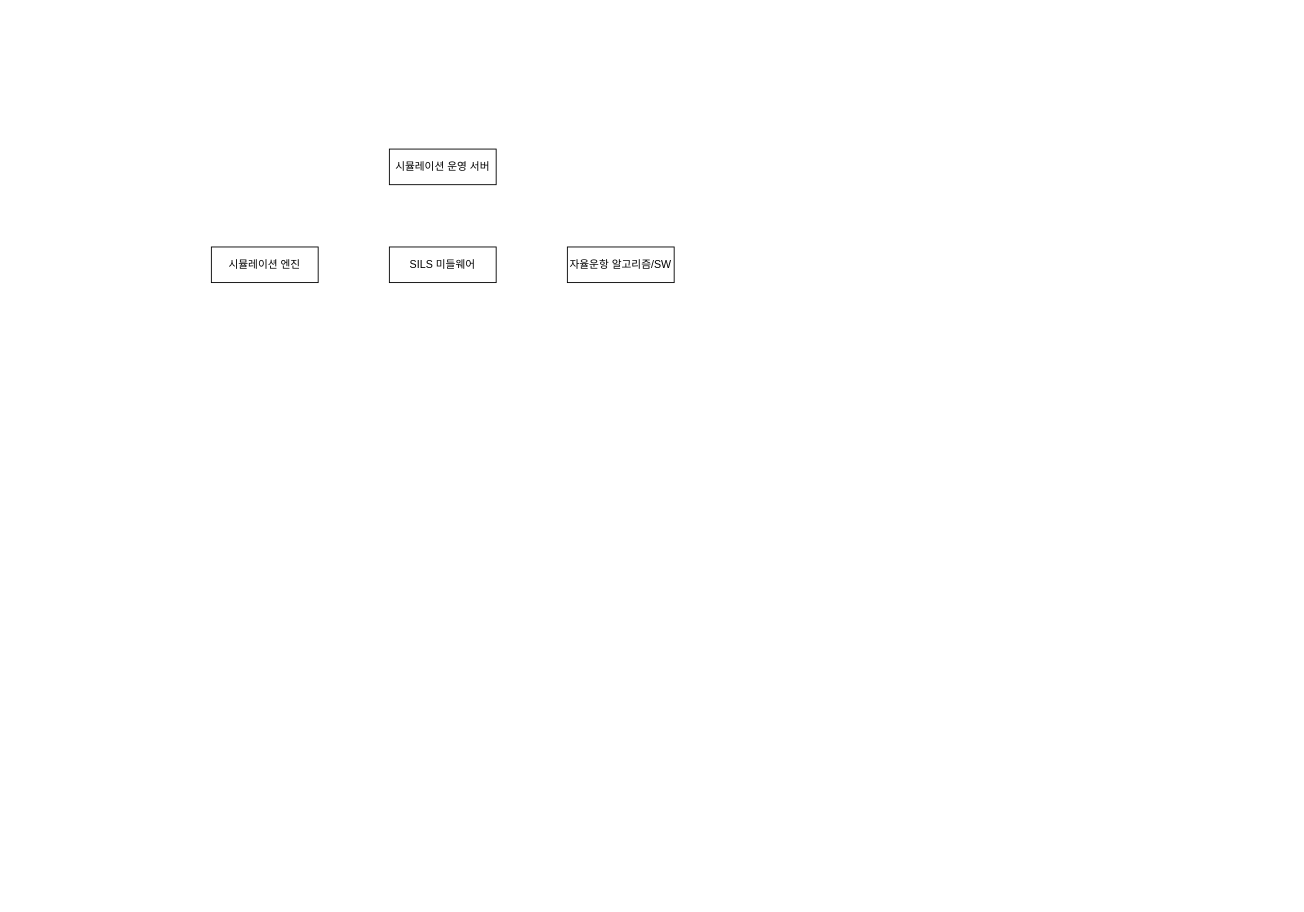
Before: Unist과제.drawio in CCajungg/ISO-project, a draw.io diagram. Source tidied: cells renumbered, new cells numbered last; positions are measured from the earlier drawing's top-left corner, leaving out a move shared by most shapes. Both pictures are drawn from the tidied source at 89%, with x=0, y=0 at pixel (211, 149).
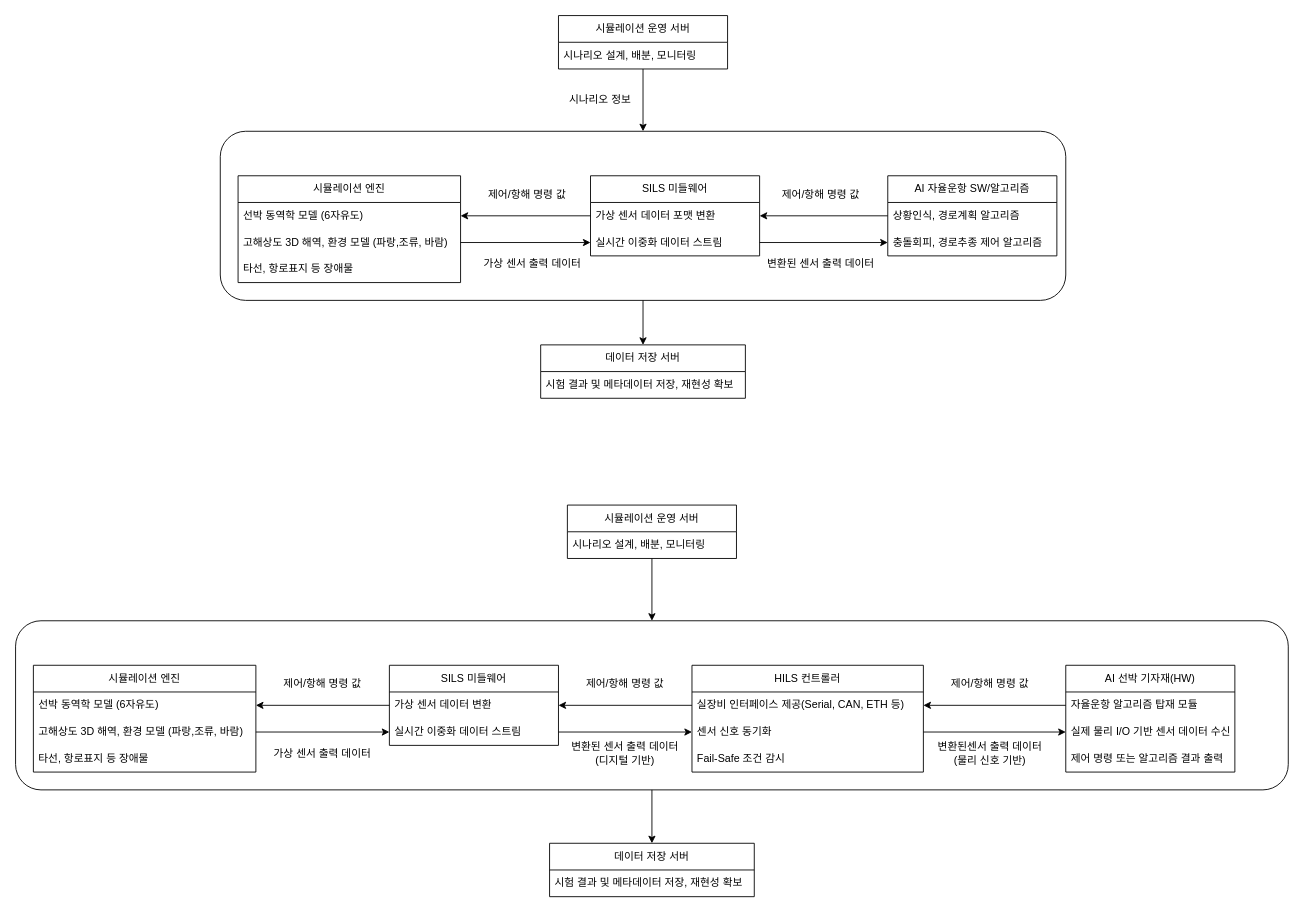
The same page after the edit.

Commit message (it also covers changes not shown here):
Unist과제.drawio 업데이트

The edit, as a diff of the source:
```diff
@@
-    <mxCell id="2" value="시뮬레이션 운영 서버" style="rounded=0;whiteSpace=wrap;html=1;fillColor=none;" parent="1" vertex="1">
-      <mxGeometry x="200" width="120" height="40" as="geometry" />
-    </mxCell>
-    <mxCell id="3" value="시뮬레이션 엔진" style="rounded=0;whiteSpace=wrap;html=1;fillColor=none;" parent="1" vertex="1">
-      <mxGeometry y="110" width="120" height="40" as="geometry" />
-    </mxCell>
-    <mxCell id="4" value="SILS 미들웨어" style="rounded=0;whiteSpace=wrap;html=1;fillColor=none;" parent="1" vertex="1">
-      <mxGeometry x="200" y="110" width="120" height="40" as="geometry" />
-    </mxCell>
-    <mxCell id="5" value="자율운항 알고리즘/SW" style="rounded=0;whiteSpace=wrap;html=1;fillColor=none;" parent="1" vertex="1">
-      <mxGeometry x="400" y="110" width="120" height="40" as="geometry" />
-    </mxCell>
+    <mxCell id="6" style="rounded=1;whiteSpace=wrap;html=1;fillColor=none;" parent="1" vertex="1">
+      <mxGeometry x="10" y="-20" width="950" height="190" as="geometry" />
+    </mxCell>
+    <mxCell id="7" style="rounded=1;whiteSpace=wrap;html=1;fillColor=none;" parent="1" vertex="1">
+      <mxGeometry x="-220" y="530" width="1430" height="190" as="geometry" />
+    </mxCell>
+    <mxCell id="8" value="시뮬레이션 엔진" style="swimlane;fontStyle=0;horizontal=1;startSize=30;whiteSpace=wrap;html=1;" parent="1" vertex="1">
+      <mxGeometry x="30" y="30" width="250" height="120" as="geometry" />
+    </mxCell>
+    <mxCell id="9" value="선박 동역학 모델 (6자유도)" style="text;strokeColor=none;fillColor=none;align=left;verticalAlign=middle;spacingLeft=4;spacingRight=4;overflow=hidden;points=[[0,0.5],[1,0.5]];portConstraint=eastwest;whiteSpace=wrap;html=1;" parent="8" vertex="1">
+      <mxGeometry y="30" width="250" height="30" as="geometry" />
+    </mxCell>
+    <mxCell id="10" value="고해상도 3D 해역, 환경 모델 (파랑,조류, 바람)" style="text;strokeColor=none;fillColor=none;align=left;verticalAlign=middle;spacingLeft=4;spacingRight=4;overflow=hidden;points=[[0,0.5],[1,0.5]];portConstraint=eastwest;whiteSpace=wrap;html=1;" parent="8" vertex="1">
+      <mxGeometry y="60" width="250" height="30" as="geometry" />
+    </mxCell>
+    <mxCell id="11" value="타선, 항로표지 등 장애물&amp;nbsp;" style="text;strokeColor=none;fillColor=none;align=left;verticalAlign=middle;spacingLeft=4;spacingRight=4;overflow=hidden;whiteSpace=wrap;html=1;" parent="8" vertex="1">
+      <mxGeometry y="90" width="250" height="30" as="geometry" />
+    </mxCell>
+    <mxCell id="12" style="edgeStyle=orthogonalEdgeStyle;rounded=0;jettySize=auto;html=1;entryX=0.5;entryY=0;entryDx=0;entryDy=0;exitX=0.5;exitY=1;exitDx=0;exitDy=0;" parent="1" edge="1" source="6" target="22">
+      <mxGeometry relative="1" as="geometry" />
+    </mxCell>
+    <mxCell id="13" value="SILS 미들웨어" style="swimlane;fontStyle=0;horizontal=1;startSize=30;whiteSpace=wrap;html=1;" parent="1" vertex="1">
+      <mxGeometry x="426" y="30" width="190" height="90" as="geometry" />
+    </mxCell>
+    <mxCell id="14" value="가상 센서 데이터 포맷 변환" style="text;strokeColor=none;fillColor=none;align=left;verticalAlign=middle;spacingLeft=4;spacingRight=4;overflow=hidden;points=[[0,0.5],[1,0.5]];portConstraint=eastwest;whiteSpace=wrap;html=1;" parent="13" vertex="1">
+      <mxGeometry y="30" width="190" height="30" as="geometry" />
+    </mxCell>
+    <mxCell id="15" value="실시간 이중화 데이터 스트림" style="text;strokeColor=none;fillColor=none;align=left;verticalAlign=middle;spacingLeft=4;spacingRight=4;overflow=hidden;points=[[0,0.5],[1,0.5]];portConstraint=eastwest;whiteSpace=wrap;html=1;" parent="13" vertex="1">
+      <mxGeometry y="60" width="190" height="30" as="geometry" />
+    </mxCell>
+    <mxCell id="16" value="AI 자율운항 SW/알고리즘" style="swimlane;fontStyle=0;horizontal=1;startSize=30;whiteSpace=wrap;html=1;" parent="1" vertex="1">
+      <mxGeometry x="760" y="30" width="190" height="90" as="geometry" />
+    </mxCell>
+    <mxCell id="17" value="상황인식, 경로계획 알고리즘" style="text;strokeColor=none;fillColor=none;align=left;verticalAlign=middle;spacingLeft=4;spacingRight=4;overflow=hidden;points=[[0,0.5],[1,0.5]];portConstraint=eastwest;whiteSpace=wrap;html=1;" parent="16" vertex="1">
+      <mxGeometry y="30" width="190" height="30" as="geometry" />
+    </mxCell>
+    <mxCell id="18" value="충돌회피, 경로추종 제어 알고리즘" style="text;strokeColor=none;fillColor=none;align=left;verticalAlign=middle;spacingLeft=4;spacingRight=4;overflow=hidden;points=[[0,0.5],[1,0.5]];portConstraint=eastwest;whiteSpace=wrap;html=1;" parent="16" vertex="1">
+      <mxGeometry y="60" width="190" height="30" as="geometry" />
+    </mxCell>
+    <mxCell id="19" style="edgeStyle=orthogonalEdgeStyle;rounded=0;jettySize=auto;html=1;" parent="1" edge="1" source="20" target="6">
+      <mxGeometry relative="1" as="geometry" />
+    </mxCell>
+    <mxCell id="20" value="시뮬레이션 운영 서버" style="swimlane;fontStyle=0;horizontal=1;startSize=30;whiteSpace=wrap;html=1;" parent="1" vertex="1">
+      <mxGeometry x="390" y="-150" width="190" height="60" as="geometry" />
+    </mxCell>
+    <mxCell id="21" value="시나리오 설계, 배분, 모니터링" style="text;strokeColor=none;fillColor=none;align=left;verticalAlign=middle;spacingLeft=4;spacingRight=4;overflow=hidden;whiteSpace=wrap;html=1;" parent="20" vertex="1">
+      <mxGeometry y="30" width="190" height="30" as="geometry" />
+    </mxCell>
+    <mxCell id="22" value="데이터 저장 서버" style="swimlane;fontStyle=0;horizontal=1;startSize=30;whiteSpace=wrap;html=1;" parent="1" vertex="1">
+      <mxGeometry x="370" y="220" width="230" height="60" as="geometry" />
+    </mxCell>
+    <mxCell id="23" value="시험 결과 및 메타데이터 저장, 재현성 확보" style="text;strokeColor=none;fillColor=none;align=left;verticalAlign=middle;spacingLeft=4;spacingRight=4;overflow=hidden;whiteSpace=wrap;html=1;" parent="22" vertex="1">
+      <mxGeometry y="30" width="230" height="30" as="geometry" />
+    </mxCell>
+    <mxCell id="24" style="edgeStyle=orthogonalEdgeStyle;rounded=0;jettySize=auto;html=1;exitX=0;exitY=0.5;exitDx=0;exitDy=0;entryX=1;entryY=0.5;entryDx=0;entryDy=0;startArrow=classic;startFill=1;endArrow=none;endFill=0;" parent="1" edge="1" source="18" target="15">
+      <mxGeometry relative="1" as="geometry" />
+    </mxCell>
+    <mxCell id="25" style="edgeStyle=orthogonalEdgeStyle;rounded=0;jettySize=auto;html=1;exitX=0;exitY=0.5;exitDx=0;exitDy=0;entryX=1;entryY=0.5;entryDx=0;entryDy=0;" parent="1" edge="1" source="14" target="9">
+      <mxGeometry relative="1" as="geometry" />
+    </mxCell>
+    <mxCell id="26" style="edgeStyle=orthogonalEdgeStyle;rounded=0;jettySize=auto;html=1;exitX=0;exitY=0.5;exitDx=0;exitDy=0;entryX=1;entryY=0.5;entryDx=0;entryDy=0;startArrow=classic;startFill=1;endArrow=none;endFill=0;" parent="1" edge="1" source="15" target="10">
+      <mxGeometry relative="1" as="geometry" />
+    </mxCell>
+    <mxCell id="27" style="edgeStyle=orthogonalEdgeStyle;rounded=0;jettySize=auto;html=1;exitX=1;exitY=0.5;exitDx=0;exitDy=0;entryX=0;entryY=0.5;entryDx=0;entryDy=0;startArrow=classic;startFill=1;endArrow=none;endFill=0;" parent="1" edge="1" source="14" target="17">
+      <mxGeometry relative="1" as="geometry" />
+    </mxCell>
+    <mxCell id="28" value="시뮬레이션 엔진" style="swimlane;fontStyle=0;horizontal=1;startSize=30;whiteSpace=wrap;html=1;" parent="1" vertex="1">
+      <mxGeometry x="-200" y="580" width="250" height="120" as="geometry" />
+    </mxCell>
+    <mxCell id="29" value="선박 동역학 모델 (6자유도)" style="text;strokeColor=none;fillColor=none;align=left;verticalAlign=middle;spacingLeft=4;spacingRight=4;overflow=hidden;points=[[0,0.5],[1,0.5]];portConstraint=eastwest;whiteSpace=wrap;html=1;" parent="28" vertex="1">
+      <mxGeometry y="30" width="250" height="30" as="geometry" />
+    </mxCell>
+    <mxCell id="30" value="고해상도 3D 해역, 환경 모델 (파랑,조류, 바람)" style="text;strokeColor=none;fillColor=none;align=left;verticalAlign=middle;spacingLeft=4;spacingRight=4;overflow=hidden;points=[[0,0.5],[1,0.5]];portConstraint=eastwest;whiteSpace=wrap;html=1;" parent="28" vertex="1">
+      <mxGeometry y="60" width="250" height="30" as="geometry" />
+    </mxCell>
+    <mxCell id="31" value="타선, 항로표지 등 장애물&amp;nbsp;" style="text;strokeColor=none;fillColor=none;align=left;verticalAlign=middle;spacingLeft=4;spacingRight=4;overflow=hidden;whiteSpace=wrap;html=1;" parent="28" vertex="1">
+      <mxGeometry y="90" width="250" height="30" as="geometry" />
+    </mxCell>
+    <mxCell id="32" style="edgeStyle=orthogonalEdgeStyle;rounded=0;jettySize=auto;html=1;entryX=0.5;entryY=0;entryDx=0;entryDy=0;exitX=0.5;exitY=1;exitDx=0;exitDy=0;" parent="1" edge="1" source="7" target="44">
+      <mxGeometry relative="1" as="geometry" />
+    </mxCell>
+    <mxCell id="33" value="HILS 컨트롤러" style="swimlane;fontStyle=0;horizontal=1;startSize=30;whiteSpace=wrap;html=1;" parent="1" vertex="1">
+      <mxGeometry x="540" y="580" width="260" height="120" as="geometry" />
+    </mxCell>
+    <mxCell id="34" value="실장비 인터페이스 제공(Serial, CAN, ETH 등)" style="text;strokeColor=none;fillColor=none;align=left;verticalAlign=middle;spacingLeft=4;spacingRight=4;overflow=hidden;points=[[0,0.5],[1,0.5]];portConstraint=eastwest;whiteSpace=wrap;html=1;" parent="33" vertex="1">
+      <mxGeometry y="30" width="260" height="30" as="geometry" />
+    </mxCell>
+    <mxCell id="35" value="센서 신호 동기화" style="text;strokeColor=none;fillColor=none;align=left;verticalAlign=middle;spacingLeft=4;spacingRight=4;overflow=hidden;points=[[0,0.5],[1,0.5]];portConstraint=eastwest;whiteSpace=wrap;html=1;" parent="33" vertex="1">
+      <mxGeometry y="60" width="260" height="30" as="geometry" />
+    </mxCell>
+    <mxCell id="36" value="Fail-Safe 조건 감시" style="text;strokeColor=none;fillColor=none;align=left;verticalAlign=middle;spacingLeft=4;spacingRight=4;overflow=hidden;whiteSpace=wrap;html=1;" parent="33" vertex="1">
+      <mxGeometry y="90" width="260" height="30" as="geometry" />
+    </mxCell>
+    <mxCell id="37" value="AI 선박 기자재(HW)" style="swimlane;fontStyle=0;horizontal=1;startSize=30;whiteSpace=wrap;html=1;" parent="1" vertex="1">
+      <mxGeometry x="960" y="580" width="190" height="120" as="geometry" />
+    </mxCell>
+    <mxCell id="38" value="자율운항 알고리즘 탑재 모듈" style="text;strokeColor=none;fillColor=none;align=left;verticalAlign=middle;spacingLeft=4;spacingRight=4;overflow=hidden;points=[[0,0.5],[1,0.5]];portConstraint=eastwest;whiteSpace=wrap;html=1;" parent="37" vertex="1">
+      <mxGeometry y="30" width="190" height="30" as="geometry" />
+    </mxCell>
+    <mxCell id="39" value="실제 물리 I/O 기반 센서 데이터 수신" style="text;strokeColor=none;fillColor=none;align=left;verticalAlign=middle;spacingLeft=4;spacingRight=4;overflow=hidden;points=[[0,0.5],[1,0.5]];portConstraint=eastwest;whiteSpace=wrap;html=1;" parent="37" vertex="1">
+      <mxGeometry y="60" width="190" height="30" as="geometry" />
+    </mxCell>
+    <mxCell id="40" value="제어 명령 또는 알고리즘 결과 출력" style="text;strokeColor=none;fillColor=none;align=left;verticalAlign=middle;spacingLeft=4;spacingRight=4;overflow=hidden;whiteSpace=wrap;html=1;" parent="37" vertex="1">
+      <mxGeometry y="90" width="190" height="30" as="geometry" />
+    </mxCell>
+    <mxCell id="41" style="edgeStyle=orthogonalEdgeStyle;rounded=0;jettySize=auto;html=1;" parent="1" edge="1" source="42" target="7">
+      <mxGeometry relative="1" as="geometry" />
+    </mxCell>
+    <mxCell id="42" value="시뮬레이션 운영 서버" style="swimlane;fontStyle=0;horizontal=1;startSize=30;whiteSpace=wrap;html=1;" parent="1" vertex="1">
+      <mxGeometry x="400" y="400" width="190" height="60" as="geometry" />
+    </mxCell>
+    <mxCell id="43" value="시나리오 설계, 배분, 모니터링" style="text;strokeColor=none;fillColor=none;align=left;verticalAlign=middle;spacingLeft=4;spacingRight=4;overflow=hidden;whiteSpace=wrap;html=1;" parent="42" vertex="1">
+      <mxGeometry y="30" width="190" height="30" as="geometry" />
+    </mxCell>
+    <mxCell id="44" value="데이터 저장 서버" style="swimlane;fontStyle=0;horizontal=1;startSize=30;whiteSpace=wrap;html=1;" parent="1" vertex="1">
+      <mxGeometry x="380" y="780" width="230" height="60" as="geometry" />
+    </mxCell>
+    <mxCell id="45" value="시험 결과 및 메타데이터 저장, 재현성 확보" style="text;strokeColor=none;fillColor=none;align=left;verticalAlign=middle;spacingLeft=4;spacingRight=4;overflow=hidden;whiteSpace=wrap;html=1;" parent="44" vertex="1">
+      <mxGeometry y="30" width="230" height="30" as="geometry" />
+    </mxCell>
+    <mxCell id="46" style="edgeStyle=orthogonalEdgeStyle;rounded=0;jettySize=auto;html=1;exitX=0;exitY=0.5;exitDx=0;exitDy=0;entryX=1;entryY=0.5;entryDx=0;entryDy=0;startArrow=classic;startFill=1;endArrow=none;endFill=0;" parent="1" edge="1" source="39" target="35">
+      <mxGeometry relative="1" as="geometry" />
+    </mxCell>
+    <mxCell id="47" style="edgeStyle=orthogonalEdgeStyle;rounded=0;jettySize=auto;html=1;exitX=1;exitY=0.5;exitDx=0;exitDy=0;entryX=0;entryY=0.5;entryDx=0;entryDy=0;startArrow=classic;startFill=1;endArrow=none;endFill=0;" parent="1" edge="1" source="34" target="38">
+      <mxGeometry relative="1" as="geometry" />
+    </mxCell>
+    <mxCell id="48" value="SILS 미들웨어" style="swimlane;fontStyle=0;horizontal=1;startSize=30;whiteSpace=wrap;html=1;" parent="1" vertex="1">
+      <mxGeometry x="200" y="580" width="190" height="90" as="geometry" />
+    </mxCell>
+    <mxCell id="49" value="가상 센서 데이터 변환" style="text;strokeColor=none;fillColor=none;align=left;verticalAlign=middle;spacingLeft=4;spacingRight=4;overflow=hidden;points=[[0,0.5],[1,0.5]];portConstraint=eastwest;whiteSpace=wrap;html=1;" parent="48" vertex="1">
+      <mxGeometry y="30" width="190" height="30" as="geometry" />
+    </mxCell>
+    <mxCell id="50" value="실시간 이중화 데이터 스트림" style="text;strokeColor=none;fillColor=none;align=left;verticalAlign=middle;spacingLeft=4;spacingRight=4;overflow=hidden;points=[[0,0.5],[1,0.5]];portConstraint=eastwest;whiteSpace=wrap;html=1;" parent="48" vertex="1">
+      <mxGeometry y="60" width="190" height="30" as="geometry" />
+    </mxCell>
+    <mxCell id="51" style="edgeStyle=orthogonalEdgeStyle;rounded=0;jettySize=auto;html=1;exitX=1;exitY=0.5;exitDx=0;exitDy=0;entryX=0;entryY=0.5;entryDx=0;entryDy=0;startArrow=classic;startFill=1;endArrow=none;endFill=0;" parent="1" edge="1" source="29" target="48">
+      <mxGeometry relative="1" as="geometry" />
+    </mxCell>
+    <mxCell id="52" style="edgeStyle=orthogonalEdgeStyle;rounded=0;jettySize=auto;html=1;exitX=0;exitY=0.5;exitDx=0;exitDy=0;entryX=1;entryY=0.5;entryDx=0;entryDy=0;startArrow=classic;startFill=1;endArrow=none;endFill=0;" parent="1" edge="1" source="50" target="30">
+      <mxGeometry relative="1" as="geometry" />
+    </mxCell>
+    <mxCell id="53" style="edgeStyle=orthogonalEdgeStyle;rounded=0;jettySize=auto;html=1;exitX=1;exitY=0.5;exitDx=0;exitDy=0;entryX=0;entryY=0.5;entryDx=0;entryDy=0;startArrow=classic;startFill=1;endArrow=none;endFill=0;" parent="1" edge="1" source="49" target="34">
+      <mxGeometry relative="1" as="geometry" />
+    </mxCell>
+    <mxCell id="54" style="edgeStyle=orthogonalEdgeStyle;rounded=0;jettySize=auto;html=1;exitX=0;exitY=0.5;exitDx=0;exitDy=0;entryX=1;entryY=0.5;entryDx=0;entryDy=0;startArrow=classic;startFill=1;endArrow=none;endFill=0;" parent="1" edge="1" source="35" target="50">
+      <mxGeometry relative="1" as="geometry" />
+    </mxCell>
+    <mxCell id="55" value="시나리오 정보" style="text;html=1;whiteSpace=wrap;strokeColor=none;fillColor=none;align=center;verticalAlign=middle;rounded=0;" parent="1" vertex="1">
+      <mxGeometry x="390" y="-70" width="93.5" height="30" as="geometry" />
+    </mxCell>
+    <mxCell id="56" value="&lt;div&gt;&lt;span style=&quot;background-color: transparent; color: light-dark(rgb(0, 0, 0), rgb(255, 255, 255));&quot;&gt;가상 센서 출력 데이터&lt;/span&gt;&lt;/div&gt;" style="text;html=1;whiteSpace=wrap;strokeColor=none;fillColor=none;align=center;verticalAlign=middle;rounded=0;" parent="1" vertex="1">
+      <mxGeometry x="296" y="108.3" width="130" height="41.7" as="geometry" />
+    </mxCell>
+    <mxCell id="57" value="제어/항해 명령 값" style="text;html=1;whiteSpace=wrap;strokeColor=none;fillColor=none;align=center;verticalAlign=middle;rounded=0;" parent="1" vertex="1">
+      <mxGeometry x="290" y="30" width="130" height="41.7" as="geometry" />
+    </mxCell>
+    <mxCell id="58" value="&lt;div&gt;&lt;span style=&quot;background-color: transparent; color: light-dark(rgb(0, 0, 0), rgb(255, 255, 255));&quot;&gt;변환된&lt;/span&gt;&lt;span style=&quot;background-color: transparent; color: light-dark(rgb(0, 0, 0), rgb(255, 255, 255));&quot;&gt;&amp;nbsp;센서 출력 데이터&lt;/span&gt;&lt;/div&gt;" style="text;html=1;whiteSpace=wrap;strokeColor=none;fillColor=none;align=center;verticalAlign=middle;rounded=0;" parent="1" vertex="1">
+      <mxGeometry x="620" y="108.3" width="130" height="41.7" as="geometry" />
+    </mxCell>
+    <mxCell id="59" value="제어/항해 명령 값" style="text;html=1;whiteSpace=wrap;strokeColor=none;fillColor=none;align=center;verticalAlign=middle;rounded=0;" parent="1" vertex="1">
+      <mxGeometry x="620" y="30" width="130" height="41.7" as="geometry" />
+    </mxCell>
+    <mxCell id="60" value="&lt;div&gt;&lt;span style=&quot;background-color: transparent; color: light-dark(rgb(0, 0, 0), rgb(255, 255, 255));&quot;&gt;가상 센서 출력 데이터&lt;/span&gt;&lt;/div&gt;" style="text;html=1;whiteSpace=wrap;strokeColor=none;fillColor=none;align=center;verticalAlign=middle;rounded=0;" parent="1" vertex="1">
+      <mxGeometry x="60" y="658.3" width="130" height="41.7" as="geometry" />
+    </mxCell>
+    <mxCell id="61" value="제어/항해 명령 값" style="text;html=1;whiteSpace=wrap;strokeColor=none;fillColor=none;align=center;verticalAlign=middle;rounded=0;" parent="1" vertex="1">
+      <mxGeometry x="60" y="580" width="130" height="41.7" as="geometry" />
+    </mxCell>
+    <mxCell id="62" value="제어/항해 명령 값" style="text;html=1;whiteSpace=wrap;strokeColor=none;fillColor=none;align=center;verticalAlign=middle;rounded=0;" parent="1" vertex="1">
+      <mxGeometry x="400" y="580" width="130" height="41.7" as="geometry" />
+    </mxCell>
+    <mxCell id="63" value="&lt;div&gt;&lt;span style=&quot;background-color: transparent; color: light-dark(rgb(0, 0, 0), rgb(255, 255, 255));&quot;&gt;변환된 센서 출력 데이터&lt;/span&gt;&lt;/div&gt;&lt;div&gt;&lt;span style=&quot;background-color: transparent; color: light-dark(rgb(0, 0, 0), rgb(255, 255, 255));&quot;&gt;(디지털 기반)&lt;/span&gt;&lt;/div&gt;" style="text;html=1;whiteSpace=wrap;strokeColor=none;fillColor=none;align=center;verticalAlign=middle;rounded=0;" parent="1" vertex="1">
+      <mxGeometry x="400" y="658.3" width="130" height="41.7" as="geometry" />
+    </mxCell>
+    <mxCell id="64" value="&lt;div&gt;&lt;span style=&quot;background-color: transparent; color: light-dark(rgb(0, 0, 0), rgb(255, 255, 255));&quot;&gt;변환된&lt;/span&gt;&lt;span style=&quot;background-color: transparent; color: light-dark(rgb(0, 0, 0), rgb(255, 255, 255));&quot;&gt;센서 출력 데이터&lt;/span&gt;&lt;/div&gt;&lt;div&gt;&lt;span style=&quot;background-color: transparent; color: light-dark(rgb(0, 0, 0), rgb(255, 255, 255));&quot;&gt;(물리 신호 기반)&lt;/span&gt;&lt;/div&gt;" style="text;html=1;whiteSpace=wrap;strokeColor=none;fillColor=none;align=center;verticalAlign=middle;rounded=0;" parent="1" vertex="1">
+      <mxGeometry x="810" y="658.3" width="130" height="41.7" as="geometry" />
+    </mxCell>
+    <mxCell id="65" value="제어/항해 명령 값" style="text;html=1;whiteSpace=wrap;strokeColor=none;fillColor=none;align=center;verticalAlign=middle;rounded=0;" parent="1" vertex="1">
+      <mxGeometry x="810" y="580" width="130" height="41.7" as="geometry" />
+    </mxCell>
```
